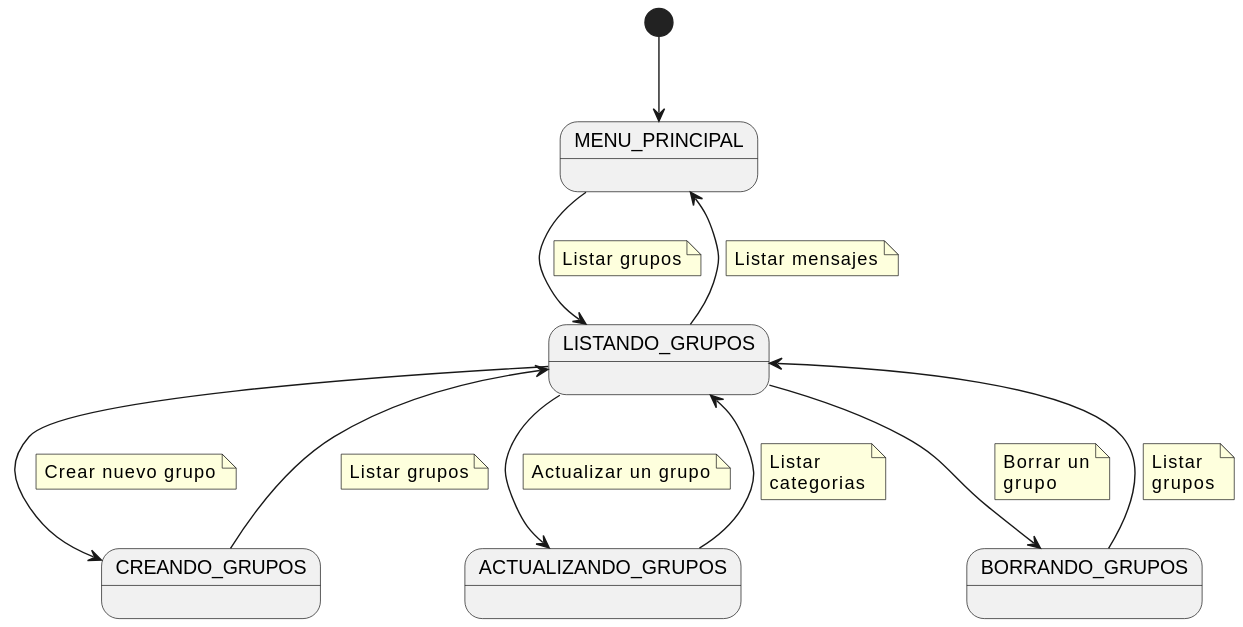
Above: docs/casosDeUso/diagramaDeContexto/DiagramaDeContextoManejoGrupos/diagramaContextoGrupos.svg in mmasias/24-25-IdSw1-SDR (PlantUML), before the change. Source of this version:
```plantuml
@startuml
state "MENU_PRINCIPAL" as MenuPrincipal
state "LISTANDO_GRUPOS" as Grupos
state "CREANDO_GRUPOS" as CreandoGrupo
state "ACTUALIZANDO_GRUPOS" as ActualizandoGrupo
state "BORRANDO_GRUPOS" as BorrandoGrupo

[*] --> MenuPrincipal

MenuPrincipal --> Grupos
    note on link
        Listar grupos
    end note

Grupos --> CreandoGrupo
    note on link
        Crear nuevo grupo
    end note

CreandoGrupo --> Grupos
    note on link
        Listar grupos
    end note

Grupos --> ActualizandoGrupo
    note on link
        Actualizar un grupo
    end note

ActualizandoGrupo --> Grupos
    note on link
        Listar
        categorias
    end note

Grupos --> BorrandoGrupo
    note on link
        Borrar un
        grupo
    end note

BorrandoGrupo --> Grupos
    note on link
        Listar
        grupos
    end note

Grupos --> MenuPrincipal
    note on link
        Listar mensajes
    end note
@enduml
```
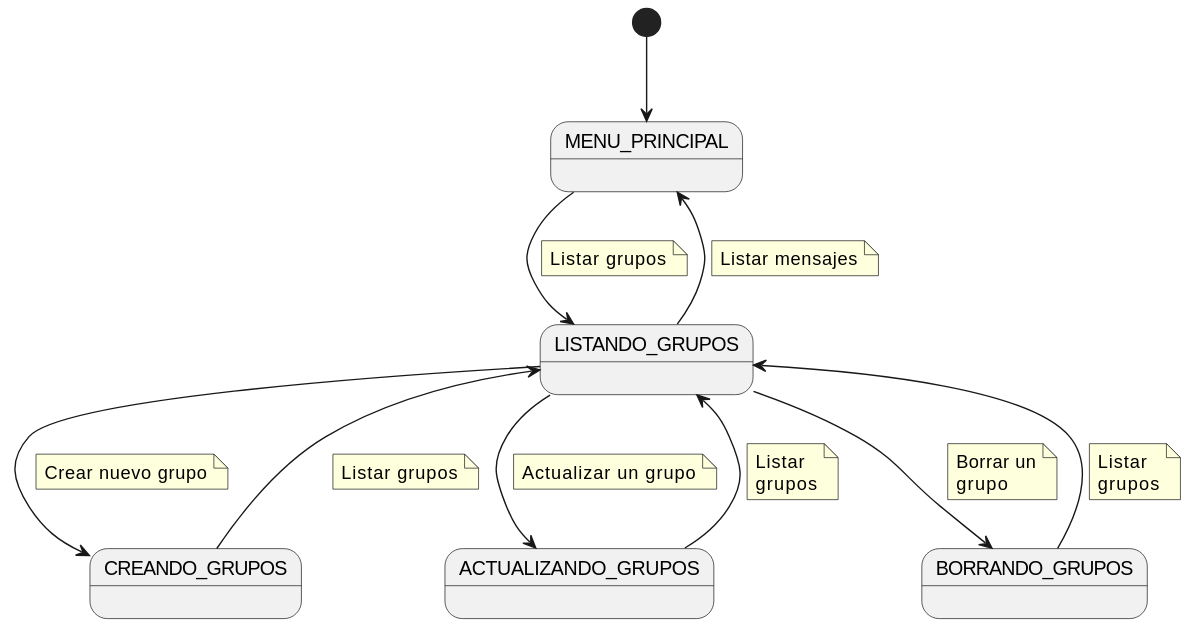
Above is the later version.

What changed in the source:
```diff
@@ -30,7 +30,7 @@
 ActualizandoGrupo --> Grupos
     note on link
         Listar
-        categorias
+        grupos
     end note
 
 Grupos --> BorrandoGrupo
```
